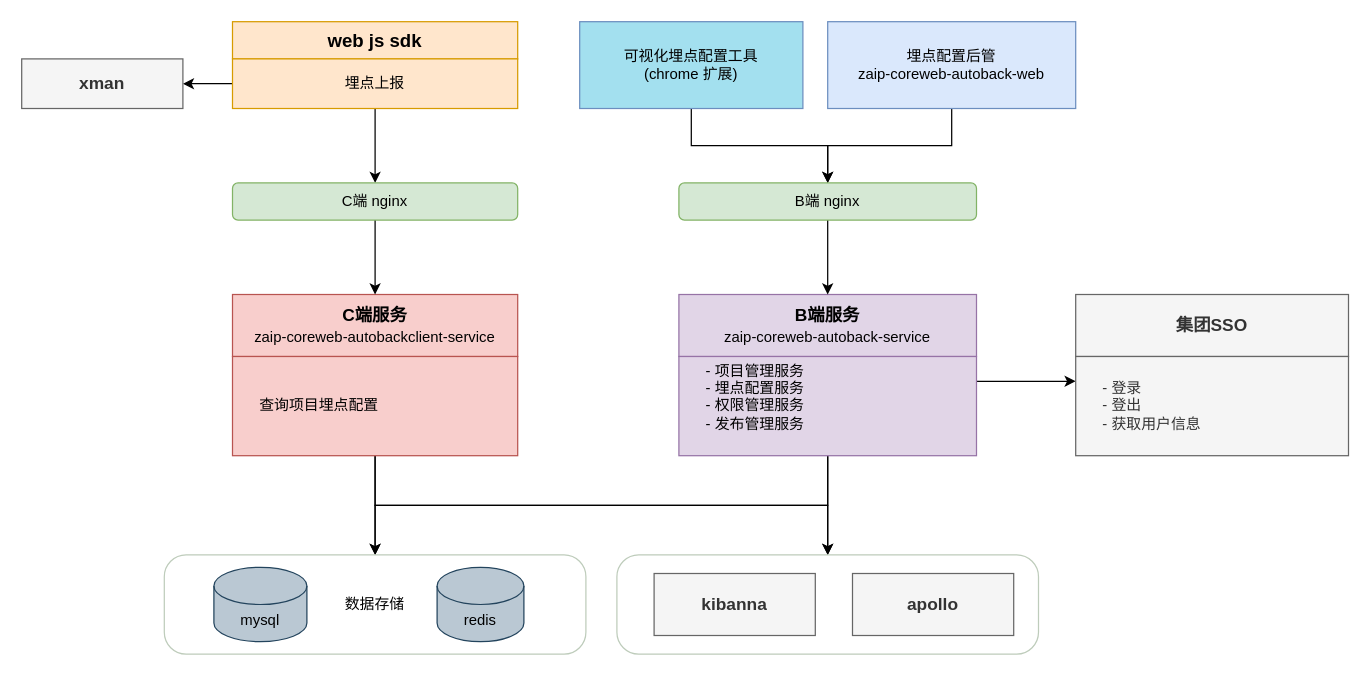
czxzc/iodraw-files keeps this draw.io diagram as 无代码埋点系统架构图.drawio. Above is the earlier version. Source tidied: cells renumbered, new cells numbered last; positions are measured from the earlier drawing's top-left corner, leaving out a move shared by most shapes. Both pictures are drawn from the tidied source at 124%, with x=0, y=0 at pixel (21, 21).
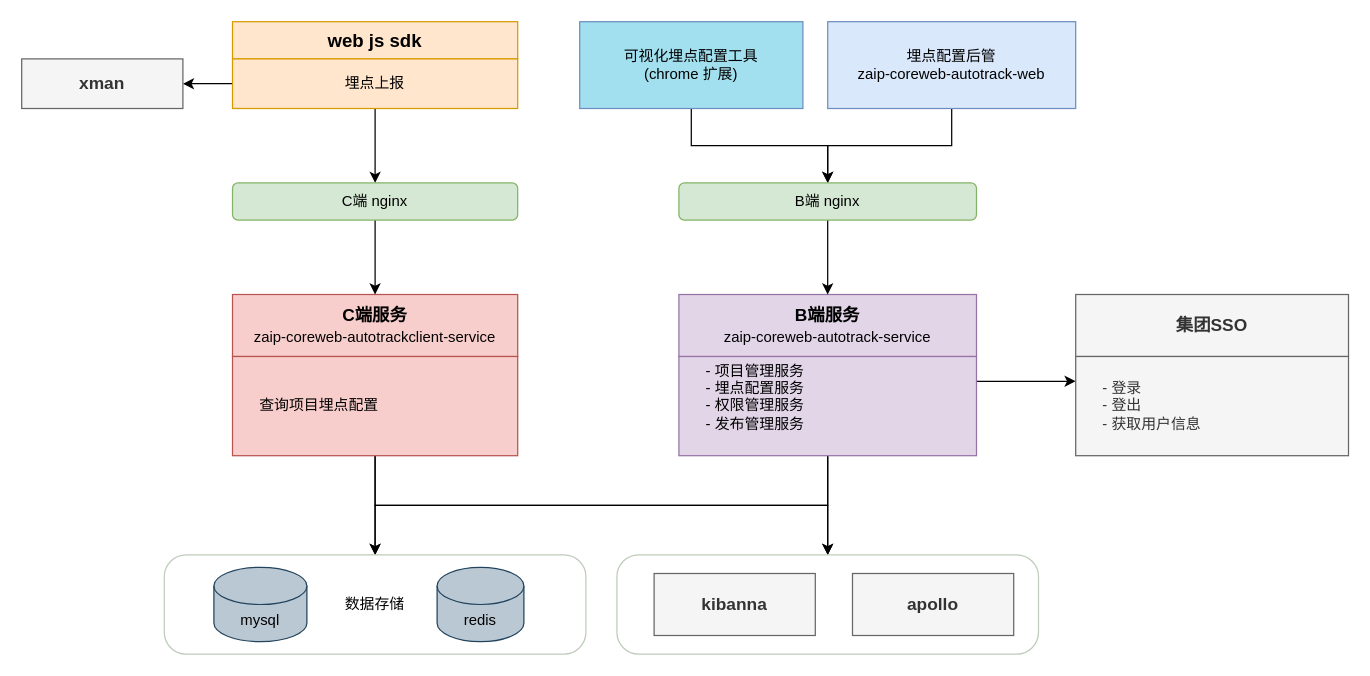
Above is the later version.

Commit message:
更新无代码埋点系统架构图.drawio

Diff of the diagram source:
```diff
@@
-    <mxCell id="9" value="埋点配置后管&lt;br&gt;zaip-coreweb-autoback-web" style="rounded=0;whiteSpace=wrap;html=1;fillColor=#dae8fc;strokeColor=#6c8ebf;" parent="1" vertex="1">
+    <mxCell id="9" value="埋点配置后管&lt;br&gt;zaip-coreweb-autotrack-web" style="rounded=0;whiteSpace=wrap;html=1;fillColor=#dae8fc;strokeColor=#6c8ebf;" parent="1" vertex="1">
       <mxGeometry x="650" width="200" height="70" as="geometry" />
     </mxCell>
-    <mxCell id="10" value="C端服务&lt;br&gt;&lt;span style=&quot;font-size: 12px; font-weight: 400;&quot;&gt;zaip-coreweb-autobackclient-service&lt;/span&gt;" style="rounded=0;whiteSpace=wrap;html=1;fontStyle=1;fontSize=14;fillColor=#f8cecc;strokeColor=#b85450;" parent="1" vertex="1">
+    <mxCell id="10" value="C端服务&lt;br&gt;&lt;span style=&quot;font-size: 12px; font-weight: 400;&quot;&gt;zaip-coreweb-autotrackclient-service&lt;/span&gt;" style="rounded=0;whiteSpace=wrap;html=1;fontStyle=1;fontSize=14;fillColor=#f8cecc;strokeColor=#b85450;" parent="1" vertex="1">
       <mxGeometry x="170" y="220" width="230" height="50" as="geometry" />
     </mxCell>
-    <mxCell id="11" value="B端服务&lt;br style=&quot;font-size: 12px; font-weight: 400;&quot;&gt;&lt;span style=&quot;font-size: 12px; font-weight: 400;&quot;&gt;zaip-coreweb-autoback-service&lt;/span&gt;" style="rounded=0;whiteSpace=wrap;html=1;fontStyle=1;fontSize=14;fillColor=#e1d5e7;strokeColor=#9673a6;" parent="1" vertex="1">
+    <mxCell id="11" value="B端服务&lt;br style=&quot;font-size: 12px; font-weight: 400;&quot;&gt;&lt;span style=&quot;font-size: 12px; font-weight: 400;&quot;&gt;zaip-coreweb-autotrack-service&lt;/span&gt;" style="rounded=0;whiteSpace=wrap;html=1;fontStyle=1;fontSize=14;fillColor=#e1d5e7;strokeColor=#9673a6;" parent="1" vertex="1">
       <mxGeometry x="530" y="220" width="240" height="50" as="geometry" />
     </mxCell>
```
